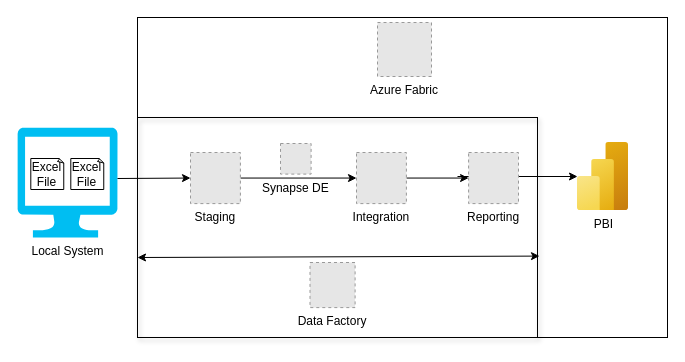
This is Fabric Architecture.drawio from sudeepkumar10x/draw.io, a draw.io file, before an edit. Source tidied: cells renumbered, new cells numbered last; positions are measured from the earlier drawing's top-left corner, leaving out a move shared by most shapes. Both pictures are drawn from the tidied source at 100%, with x=0, y=0 at pixel (17, 17). Pictures stored in the file or linked from it are replaced by grey dashed boxes.
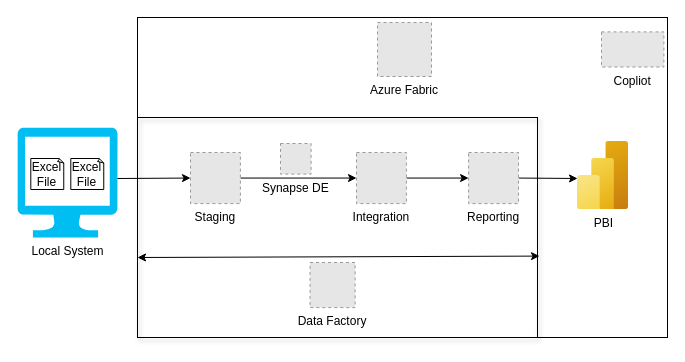
Above is the later version.

The change refers to these unchanged cells:
```xml
<mxCell id="19" value="Reporting" style="fillColor=#E6E6E6;strokeColor=#999999;dashed=1;verticalLabelPosition=bottom;labelBackgroundColor=default;verticalAlign=top;" parent="1" vertex="1">
  <mxGeometry x="451.1" y="135" width="49.9" height="51.1" as="geometry" />
</mxCell>
```

What changed in the source:
```diff
@@
     <mxCell id="7" value="PBI" style="image;html=1;points=[];align=center;fontSize=12;image=img/lib/azure2/analytics/Power_BI_Embedded.svg;" parent="1" vertex="1">
-      <mxGeometry x="560" y="125" width="51" height="68" as="geometry" />
+      <mxGeometry x="560" y="124" width="51" height="68" as="geometry" />
     </mxCell>
-    <mxCell id="8" style="endArrow=classic;html=1;rounded=0;" parent="1" edge="1" target="7">
-      <mxGeometry relative="1" as="geometry">
-        <mxPoint x="440" y="159" as="sourcePoint" />
-      </mxGeometry>
+    <mxCell id="8" style="endArrow=classic;html=1;rounded=0;exitX=1;exitY=0.5;exitDx=0;exitDy=0;entryX=0;entryY=0.544;entryDx=0;entryDy=0;entryPerimeter=0;" parent="1" edge="1" source="19" target="7">
+      <mxGeometry relative="1" as="geometry" />
     </mxCell>
@@
+    <mxCell id="20" value="Copliot" style="fillColor=#E6E6E6;strokeColor=#999999;dashed=1;verticalLabelPosition=bottom;labelBackgroundColor=default;verticalAlign=top;" parent="1" vertex="1">
+      <mxGeometry x="584" y="14.4" width="62.4" height="35.1" as="geometry" />
+    </mxCell>
```
